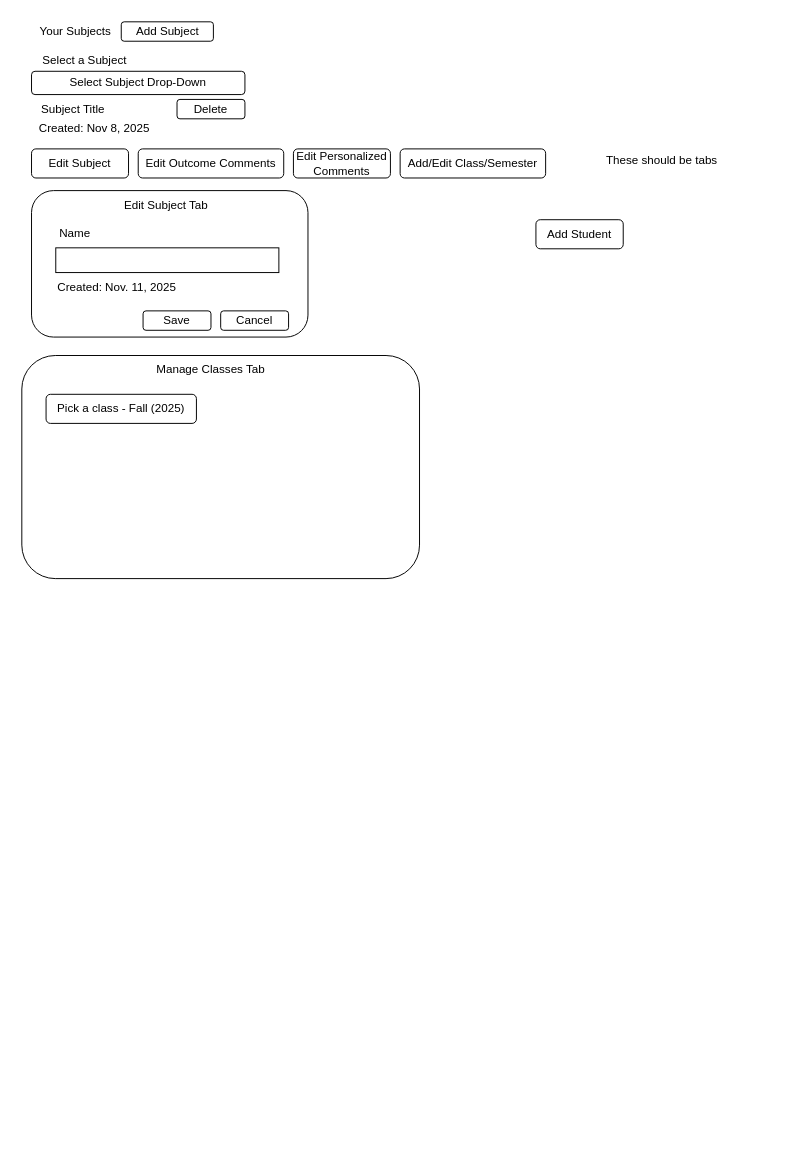
Earlier version of the draw.io diagram Designs/CommentDesign.drawio (dgaudet/commentator-frontend). Source tidied: cells renumbered, new cells numbered last; positions are measured from the earlier drawing's top-left corner, leaving out a move shared by most shapes. Both pictures are drawn from the tidied source at 97%, with x=0, y=0 at pixel (21, 16).
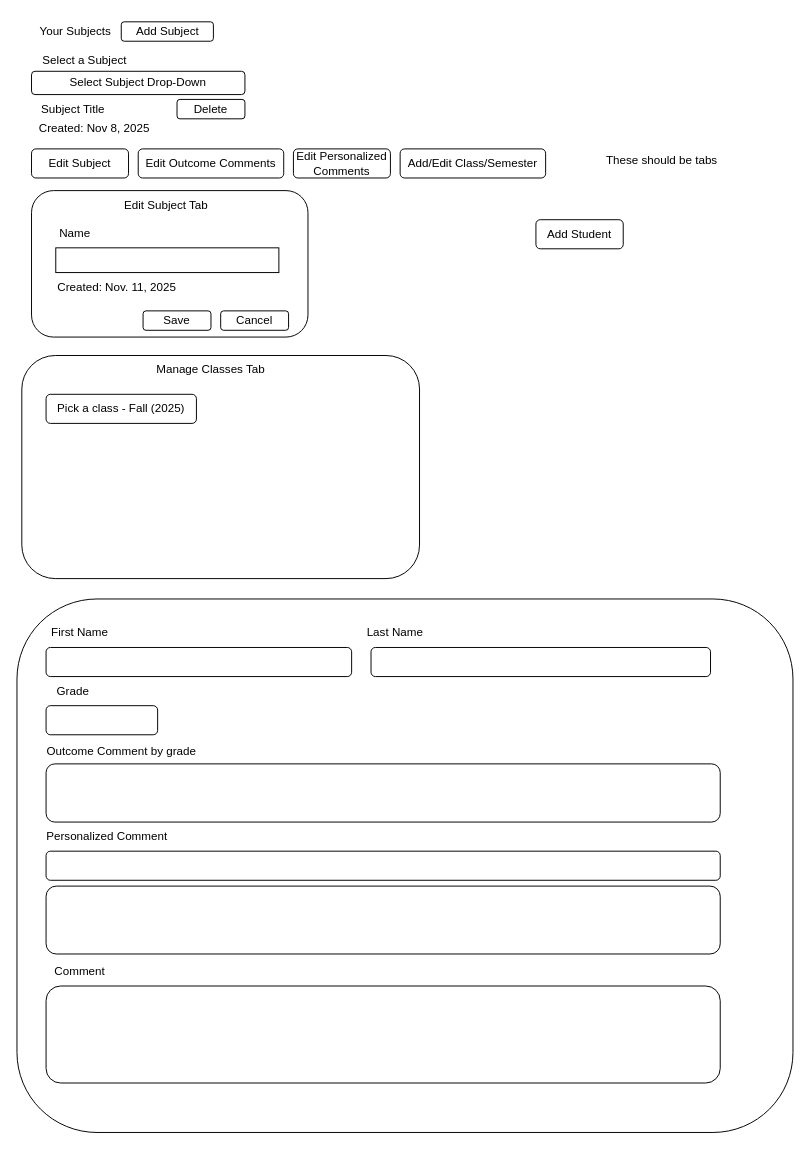
The same page after the edit.

Commit message (it also covers changes not shown here):
- prd to add outcome comments to final comments

The edit, as a diff of the source:
```diff
@@
+    <mxCell id="25" style="rounded=1;whiteSpace=wrap;html=1;" parent="1" vertex="1">
+      <mxGeometry x="-5" y="600" width="800" height="550" as="geometry" />
+    </mxCell>
+    <mxCell id="26" value="First Name" style="text;html=1;whiteSpace=wrap;strokeColor=none;fillColor=none;align=center;verticalAlign=middle;rounded=0;" parent="1" vertex="1">
+      <mxGeometry x="25" y="620" width="70" height="30" as="geometry" />
+    </mxCell>
+    <mxCell id="27" value="Last Name" style="text;html=1;whiteSpace=wrap;strokeColor=none;fillColor=none;align=center;verticalAlign=middle;rounded=0;" parent="1" vertex="1">
+      <mxGeometry x="350" y="620" width="70" height="30" as="geometry" />
+    </mxCell>
+    <mxCell id="28" style="rounded=1;whiteSpace=wrap;html=1;" parent="1" vertex="1">
+      <mxGeometry x="25" y="650" width="315" height="30" as="geometry" />
+    </mxCell>
+    <mxCell id="29" style="rounded=1;whiteSpace=wrap;html=1;" parent="1" vertex="1">
+      <mxGeometry x="360" y="650" width="350" height="30" as="geometry" />
+    </mxCell>
+    <mxCell id="30" value="Grade" style="text;html=1;whiteSpace=wrap;strokeColor=none;fillColor=none;align=center;verticalAlign=middle;rounded=0;" parent="1" vertex="1">
+      <mxGeometry x="23" y="680" width="60" height="30" as="geometry" />
+    </mxCell>
+    <mxCell id="31" style="rounded=1;whiteSpace=wrap;html=1;" parent="1" vertex="1">
+      <mxGeometry x="25" y="710" width="115" height="30" as="geometry" />
+    </mxCell>
+    <mxCell id="32" value="Outcome Comment by grade" style="text;html=1;whiteSpace=wrap;strokeColor=none;fillColor=none;align=center;verticalAlign=middle;rounded=0;" parent="1" vertex="1">
+      <mxGeometry x="17.5" y="742" width="170" height="30" as="geometry" />
+    </mxCell>
+    <mxCell id="33" style="rounded=1;whiteSpace=wrap;html=1;" parent="1" vertex="1">
+      <mxGeometry x="25" y="770" width="695" height="60" as="geometry" />
+    </mxCell>
+    <mxCell id="34" value="Personalized Comment" style="text;html=1;whiteSpace=wrap;strokeColor=none;fillColor=none;align=center;verticalAlign=middle;rounded=0;" parent="1" vertex="1">
+      <mxGeometry x="10" y="830" width="156" height="30" as="geometry" />
+    </mxCell>
+    <mxCell id="35" style="rounded=1;whiteSpace=wrap;html=1;" parent="1" vertex="1">
+      <mxGeometry x="25" y="860" width="695" height="30" as="geometry" />
+    </mxCell>
+    <mxCell id="36" value="Comment" style="text;html=1;whiteSpace=wrap;strokeColor=none;fillColor=none;align=center;verticalAlign=middle;rounded=0;" parent="1" vertex="1">
+      <mxGeometry x="30" y="969" width="60" height="30" as="geometry" />
+    </mxCell>
+    <mxCell id="37" style="rounded=1;whiteSpace=wrap;html=1;" parent="1" vertex="1">
+      <mxGeometry x="25" y="999" width="695" height="100" as="geometry" />
+    </mxCell>
+    <mxCell id="38" style="rounded=1;whiteSpace=wrap;html=1;" parent="1" vertex="1">
+      <mxGeometry x="25" y="896" width="695" height="70" as="geometry" />
+    </mxCell>
```
